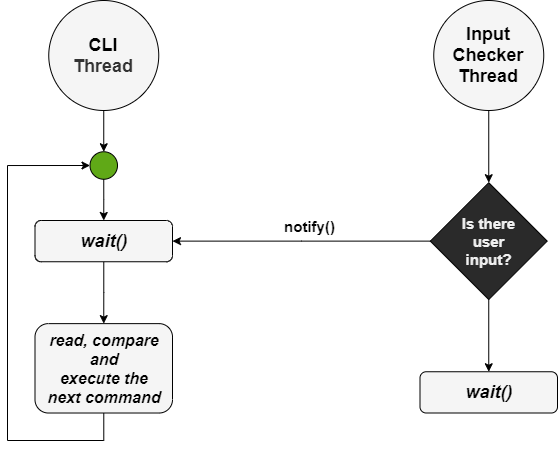
The draw.io diagram diagrams/busy_waiting.png in manuelpagliuca/seta-distributed-system, before a commit. Source tidied: cells renumbered, new cells last; positions are measured from the earlier drawing's top-left corner, leaving out a move shared by most shapes. The source it was exported from:
```xml
<mxGraphModel>
  <root>
    <mxCell id="0" />
    <mxCell id="1" parent="0" />
    <mxCell id="2" style="group;" parent="1" vertex="1">
      <mxGeometry width="550" height="440" as="geometry" />
    </mxCell>
    <mxCell id="3" value="&lt;b style=&quot;font-size: 18px&quot;&gt;&lt;font style=&quot;font-size: 18px&quot; color=&quot;#000000&quot;&gt;Input&lt;br&gt;Checker&lt;br&gt;Thread&lt;br&gt;&lt;/font&gt;&lt;/b&gt;" style="ellipse;whiteSpace=wrap;html=1;fillColor=#f5f5f5;fontColor=#333333;strokeColor=#000000;" parent="2" vertex="1">
      <mxGeometry x="426.2" width="110" height="110" as="geometry" />
    </mxCell>
    <mxCell id="4" value="&lt;b style=&quot;font-size: 18px&quot;&gt;&lt;font style=&quot;font-size: 18px&quot;&gt;&lt;font color=&quot;#000000&quot; style=&quot;font-size: 18px&quot;&gt;CLI&lt;br&gt;&lt;/font&gt;Thread&lt;br&gt;&lt;/font&gt;&lt;/b&gt;" style="ellipse;whiteSpace=wrap;html=1;fillColor=#f5f5f5;fontColor=#333333;strokeColor=#000000;" parent="2" vertex="1">
      <mxGeometry x="41.2" width="110" height="110" as="geometry" />
    </mxCell>
    <mxCell id="5" value="&lt;i&gt;&lt;b&gt;&lt;font style=&quot;font-size: 18px&quot; color=&quot;#000000&quot;&gt;wait()&lt;/font&gt;&lt;/b&gt;&lt;/i&gt;" style="rounded=1;whiteSpace=wrap;html=1;fillColor=#f5f5f5;fontColor=#333333;strokeColor=#000000;" parent="2" vertex="1">
      <mxGeometry x="412.5" y="371.2" width="137.5" height="41.2" as="geometry" />
    </mxCell>
    <mxCell id="6" value="&lt;i&gt;&lt;b style=&quot;font-size: 16px&quot;&gt;&lt;font style=&quot;font-size: 16px&quot; color=&quot;#000000&quot;&gt;read, compare&lt;br&gt;and&lt;br&gt;execute the&lt;br&gt;next command&lt;/font&gt;&lt;/b&gt;&lt;/i&gt;" style="rounded=1;whiteSpace=wrap;html=1;fillColor=#f5f5f5;fontColor=#333333;strokeColor=#000000;" parent="2" vertex="1">
      <mxGeometry x="27.5" y="323.1" width="137.5" height="89.4" as="geometry" />
    </mxCell>
    <mxCell id="7" style="edgeStyle=orthogonalEdgeStyle;rounded=0;jettySize=auto;html=1;strokeColor=#000000;exitX=0.5;exitY=1;exitDx=0;exitDy=0;entryX=0.5;entryY=0;entryDx=0;entryDy=0;" parent="2" edge="1" source="8" target="5">
      <mxGeometry relative="1" as="geometry" />
    </mxCell>
    <mxCell id="8" value="&lt;b style=&quot;font-size: 15px&quot;&gt;Is there&lt;br&gt;user&lt;br&gt;input?&lt;/b&gt;" style="rhombus;whiteSpace=wrap;html=1;strokeColor=#000000;" parent="2" vertex="1">
      <mxGeometry x="422.8" y="182.2" width="116.9" height="116.9" as="geometry" />
    </mxCell>
    <mxCell id="9" style="edgeStyle=orthogonalEdgeStyle;rounded=0;jettySize=auto;html=1;entryX=0.5;entryY=0;entryDx=0;entryDy=0;strokeColor=#000000;" parent="2" edge="1" source="3" target="8">
      <mxGeometry relative="1" as="geometry" />
    </mxCell>
    <mxCell id="10" style="edgeStyle=orthogonalEdgeStyle;rounded=0;jettySize=auto;html=1;entryX=0.5;entryY=0;entryDx=0;entryDy=0;strokeColor=#000000;" parent="2" edge="1" source="11" target="6">
      <mxGeometry relative="1" as="geometry" />
    </mxCell>
    <mxCell id="11" value="&lt;i&gt;&lt;b&gt;&lt;font style=&quot;font-size: 18px&quot; color=&quot;#000000&quot;&gt;wait()&lt;/font&gt;&lt;/b&gt;&lt;/i&gt;" style="rounded=1;whiteSpace=wrap;html=1;fillColor=#f5f5f5;fontColor=#333333;strokeColor=#000000;" parent="2" vertex="1">
      <mxGeometry x="27.5" y="220" width="137.5" height="41.2" as="geometry" />
    </mxCell>
    <mxCell id="12" style="edgeStyle=orthogonalEdgeStyle;rounded=0;jettySize=auto;html=1;entryX=1;entryY=0.5;entryDx=0;entryDy=0;strokeColor=#000000;" parent="2" edge="1" source="8" target="11">
      <mxGeometry relative="1" as="geometry" />
    </mxCell>
    <mxCell id="13" value="&lt;font color=&quot;#000000&quot; style=&quot;font-size: 15px&quot;&gt;&lt;b&gt;notify()&lt;/b&gt;&lt;/font&gt;" style="edgeLabel;html=1;align=center;verticalAlign=middle;labelBackgroundColor=none;" parent="12" vertex="1">
      <mxGeometry x="-0.19" y="2" relative="1" as="geometry">
        <mxPoint x="-16.6" y="-17" as="offset" />
      </mxGeometry>
    </mxCell>
    <mxCell id="14" style="ellipse;whiteSpace=wrap;html=1;labelBackgroundColor=none;fillColor=#60a917;fontColor=#ffffff;strokeColor=#000000;" parent="2" vertex="1">
      <mxGeometry x="82.5" y="151.2" width="27.5" height="27.5" as="geometry" />
    </mxCell>
    <mxCell id="15" style="edgeStyle=orthogonalEdgeStyle;rounded=0;jettySize=auto;html=1;strokeColor=#000000;entryX=0;entryY=0.5;entryDx=0;entryDy=0;" parent="2" edge="1" source="6" target="14">
      <mxGeometry relative="1" as="geometry">
        <Array as="points">
          <mxPoint x="96.2" y="440" />
          <mxPoint y="440" />
          <mxPoint y="165" />
        </Array>
      </mxGeometry>
    </mxCell>
    <mxCell id="16" style="edgeStyle=orthogonalEdgeStyle;rounded=0;jettySize=auto;html=1;entryX=0.5;entryY=0;entryDx=0;entryDy=0;strokeColor=#000000;" parent="2" edge="1" source="14" target="11">
      <mxGeometry relative="1" as="geometry" />
    </mxCell>
    <mxCell id="17" style="edgeStyle=orthogonalEdgeStyle;rounded=0;jettySize=auto;html=1;entryX=0.5;entryY=0;entryDx=0;entryDy=0;strokeColor=#000000;" parent="2" edge="1" source="4" target="14">
      <mxGeometry relative="1" as="geometry" />
    </mxCell>
  </root>
</mxGraphModel>
```
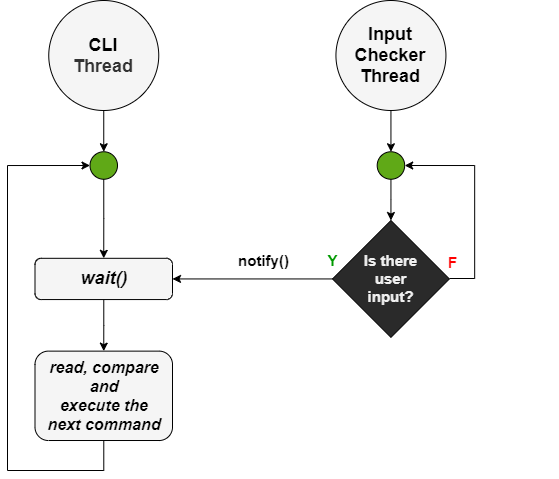
Later version of the same file.

The edit, as a diff of the source:
```diff
@@ -6,48 +6,52 @@
       <mxGeometry width="550" height="440" as="geometry" />
     </mxCell>
     <mxCell id="3" value="&lt;b style=&quot;font-size: 18px&quot;&gt;&lt;font style=&quot;font-size: 18px&quot; color=&quot;#000000&quot;&gt;Input&lt;br&gt;Checker&lt;br&gt;Thread&lt;br&gt;&lt;/font&gt;&lt;/b&gt;" style="ellipse;whiteSpace=wrap;html=1;fillColor=#f5f5f5;fontColor=#333333;strokeColor=#000000;" parent="2" vertex="1">
-      <mxGeometry x="426.2" width="110" height="110" as="geometry" />
+      <mxGeometry x="328.4" width="110" height="110" as="geometry" />
     </mxCell>
     <mxCell id="4" value="&lt;b style=&quot;font-size: 18px&quot;&gt;&lt;font style=&quot;font-size: 18px&quot;&gt;&lt;font color=&quot;#000000&quot; style=&quot;font-size: 18px&quot;&gt;CLI&lt;br&gt;&lt;/font&gt;Thread&lt;br&gt;&lt;/font&gt;&lt;/b&gt;" style="ellipse;whiteSpace=wrap;html=1;fillColor=#f5f5f5;fontColor=#333333;strokeColor=#000000;" parent="2" vertex="1">
       <mxGeometry x="41.2" width="110" height="110" as="geometry" />
     </mxCell>
-    <mxCell id="5" value="&lt;i&gt;&lt;b&gt;&lt;font style=&quot;font-size: 18px&quot; color=&quot;#000000&quot;&gt;wait()&lt;/font&gt;&lt;/b&gt;&lt;/i&gt;" style="rounded=1;whiteSpace=wrap;html=1;fillColor=#f5f5f5;fontColor=#333333;strokeColor=#000000;" parent="2" vertex="1">
-      <mxGeometry x="412.5" y="371.2" width="137.5" height="41.2" as="geometry" />
-    </mxCell>
     <mxCell id="6" value="&lt;i&gt;&lt;b style=&quot;font-size: 16px&quot;&gt;&lt;font style=&quot;font-size: 16px&quot; color=&quot;#000000&quot;&gt;read, compare&lt;br&gt;and&lt;br&gt;execute the&lt;br&gt;next command&lt;/font&gt;&lt;/b&gt;&lt;/i&gt;" style="rounded=1;whiteSpace=wrap;html=1;fillColor=#f5f5f5;fontColor=#333333;strokeColor=#000000;" parent="2" vertex="1">
-      <mxGeometry x="27.5" y="323.1" width="137.5" height="89.4" as="geometry" />
+      <mxGeometry x="27.5" y="350.6" width="137.5" height="89.4" as="geometry" />
     </mxCell>
-    <mxCell id="7" style="edgeStyle=orthogonalEdgeStyle;rounded=0;jettySize=auto;html=1;strokeColor=#000000;exitX=0.5;exitY=1;exitDx=0;exitDy=0;entryX=0.5;entryY=0;entryDx=0;entryDy=0;" parent="2" edge="1" source="8" target="5">
-      <mxGeometry relative="1" as="geometry" />
-    </mxCell>
     <mxCell id="8" value="&lt;b style=&quot;font-size: 15px&quot;&gt;Is there&lt;br&gt;user&lt;br&gt;input?&lt;/b&gt;" style="rhombus;whiteSpace=wrap;html=1;strokeColor=#000000;" parent="2" vertex="1">
-      <mxGeometry x="422.8" y="182.2" width="116.9" height="116.9" as="geometry" />
+      <mxGeometry x="325" y="220" width="116.9" height="116.9" as="geometry" />
     </mxCell>
-    <mxCell id="9" style="edgeStyle=orthogonalEdgeStyle;rounded=0;jettySize=auto;html=1;entryX=0.5;entryY=0;entryDx=0;entryDy=0;strokeColor=#000000;" parent="2" edge="1" source="3" target="8">
+    <mxCell id="9" style="edgeStyle=orthogonalEdgeStyle;rounded=0;jettySize=auto;html=1;entryX=0.5;entryY=0;entryDx=0;entryDy=0;strokeColor=#000000;" parent="2" edge="1" source="20" target="8">
       <mxGeometry relative="1" as="geometry" />
     </mxCell>
     <mxCell id="10" style="edgeStyle=orthogonalEdgeStyle;rounded=0;jettySize=auto;html=1;entryX=0.5;entryY=0;entryDx=0;entryDy=0;strokeColor=#000000;" parent="2" edge="1" source="11" target="6">
       <mxGeometry relative="1" as="geometry" />
     </mxCell>
     <mxCell id="11" value="&lt;i&gt;&lt;b&gt;&lt;font style=&quot;font-size: 18px&quot; color=&quot;#000000&quot;&gt;wait()&lt;/font&gt;&lt;/b&gt;&lt;/i&gt;" style="rounded=1;whiteSpace=wrap;html=1;fillColor=#f5f5f5;fontColor=#333333;strokeColor=#000000;" parent="2" vertex="1">
-      <mxGeometry x="27.5" y="220" width="137.5" height="41.2" as="geometry" />
+      <mxGeometry x="27.5" y="257.8" width="137.5" height="41.2" as="geometry" />
     </mxCell>
-    <mxCell id="12" style="edgeStyle=orthogonalEdgeStyle;rounded=0;jettySize=auto;html=1;entryX=1;entryY=0.5;entryDx=0;entryDy=0;strokeColor=#000000;" parent="2" edge="1" source="8" target="11">
+    <mxCell id="12" style="rounded=0;jettySize=auto;html=1;entryX=1;entryY=0.5;entryDx=0;entryDy=0;strokeColor=#000000;exitX=0;exitY=0.5;exitDx=0;exitDy=0;" parent="2" edge="1" source="8" target="11">
       <mxGeometry relative="1" as="geometry" />
     </mxCell>
-    <mxCell id="13" value="&lt;font color=&quot;#000000&quot; style=&quot;font-size: 15px&quot;&gt;&lt;b&gt;notify()&lt;/b&gt;&lt;/font&gt;" style="edgeLabel;html=1;align=center;verticalAlign=middle;labelBackgroundColor=none;" parent="12" vertex="1">
+    <mxCell id="13" value="&lt;font color=&quot;#000000&quot; style=&quot;font-size: 15px&quot;&gt;&lt;b&gt;notify()&lt;/b&gt;&lt;/font&gt;" style="edgeLabel;html=1;align=center;verticalAlign=middle;labelBackgroundColor=none;rotation=0;" parent="12" vertex="1">
       <mxGeometry x="-0.19" y="2" relative="1" as="geometry">
-        <mxPoint x="-16.6" y="-17" as="offset" />
+        <mxPoint x="-4.4" y="-20.5" as="offset" />
       </mxGeometry>
     </mxCell>
+    <mxCell id="18" value="&lt;font style=&quot;font-size: 15px&quot; color=&quot;#009900&quot;&gt;&lt;b&gt;Y&lt;/b&gt;&lt;/font&gt;" style="edgeLabel;html=1;align=center;verticalAlign=middle;labelBackgroundColor=none;rotation=0;" parent="12" vertex="1">
+      <mxGeometry x="-0.19" y="2" relative="1" as="geometry">
+        <mxPoint x="64.8" y="-20.4" as="offset" />
+      </mxGeometry>
+    </mxCell>
+    <mxCell id="19" value="&lt;font style=&quot;font-size: 15px&quot; color=&quot;#ff0000&quot;&gt;&lt;b&gt;F&lt;/b&gt;&lt;/font&gt;" style="edgeLabel;html=1;align=center;verticalAlign=middle;labelBackgroundColor=none;rotation=0;" parent="12" vertex="1">
+      <mxGeometry x="-0.19" y="2" relative="1" as="geometry">
+        <mxPoint x="184.8" y="-18.5" as="offset" />
+      </mxGeometry>
+    </mxCell>
     <mxCell id="14" style="ellipse;whiteSpace=wrap;html=1;labelBackgroundColor=none;fillColor=#60a917;fontColor=#ffffff;strokeColor=#000000;" parent="2" vertex="1">
       <mxGeometry x="82.5" y="151.2" width="27.5" height="27.5" as="geometry" />
     </mxCell>
     <mxCell id="15" style="edgeStyle=orthogonalEdgeStyle;rounded=0;jettySize=auto;html=1;strokeColor=#000000;entryX=0;entryY=0.5;entryDx=0;entryDy=0;" parent="2" edge="1" source="6" target="14">
       <mxGeometry relative="1" as="geometry">
         <Array as="points">
-          <mxPoint x="96.2" y="440" />
-          <mxPoint y="440" />
+          <mxPoint x="96" y="470" />
+          <mxPoint y="470" />
           <mxPoint y="165" />
         </Array>
       </mxGeometry>
@@ -58,5 +62,20 @@
     <mxCell id="17" style="edgeStyle=orthogonalEdgeStyle;rounded=0;jettySize=auto;html=1;entryX=0.5;entryY=0;entryDx=0;entryDy=0;strokeColor=#000000;" parent="2" edge="1" source="4" target="14">
       <mxGeometry relative="1" as="geometry" />
     </mxCell>
+    <mxCell id="20" style="ellipse;whiteSpace=wrap;html=1;labelBackgroundColor=none;fillColor=#60a917;fontColor=#ffffff;strokeColor=#000000;" parent="2" vertex="1">
+      <mxGeometry x="369.7" y="151.2" width="27.5" height="27.5" as="geometry" />
+    </mxCell>
+    <mxCell id="21" style="edgeStyle=orthogonalEdgeStyle;rounded=0;jettySize=auto;html=1;entryX=0.5;entryY=0;entryDx=0;entryDy=0;strokeColor=#000000;" parent="2" edge="1" source="3" target="20">
+      <mxGeometry relative="1" as="geometry" />
+    </mxCell>
+    <mxCell id="22" style="edgeStyle=orthogonalEdgeStyle;rounded=0;jettySize=auto;html=1;strokeColor=#000000;entryX=1;entryY=0.5;entryDx=0;entryDy=0;" parent="2" edge="1" target="20">
+      <mxGeometry relative="1" as="geometry">
+        <mxPoint x="442.2" y="278" as="sourcePoint" />
+        <Array as="points">
+          <mxPoint x="467.2" y="278" />
+          <mxPoint x="467.2" y="165" />
+        </Array>
+      </mxGeometry>
+    </mxCell>
   </root>
 </mxGraphModel>
```
